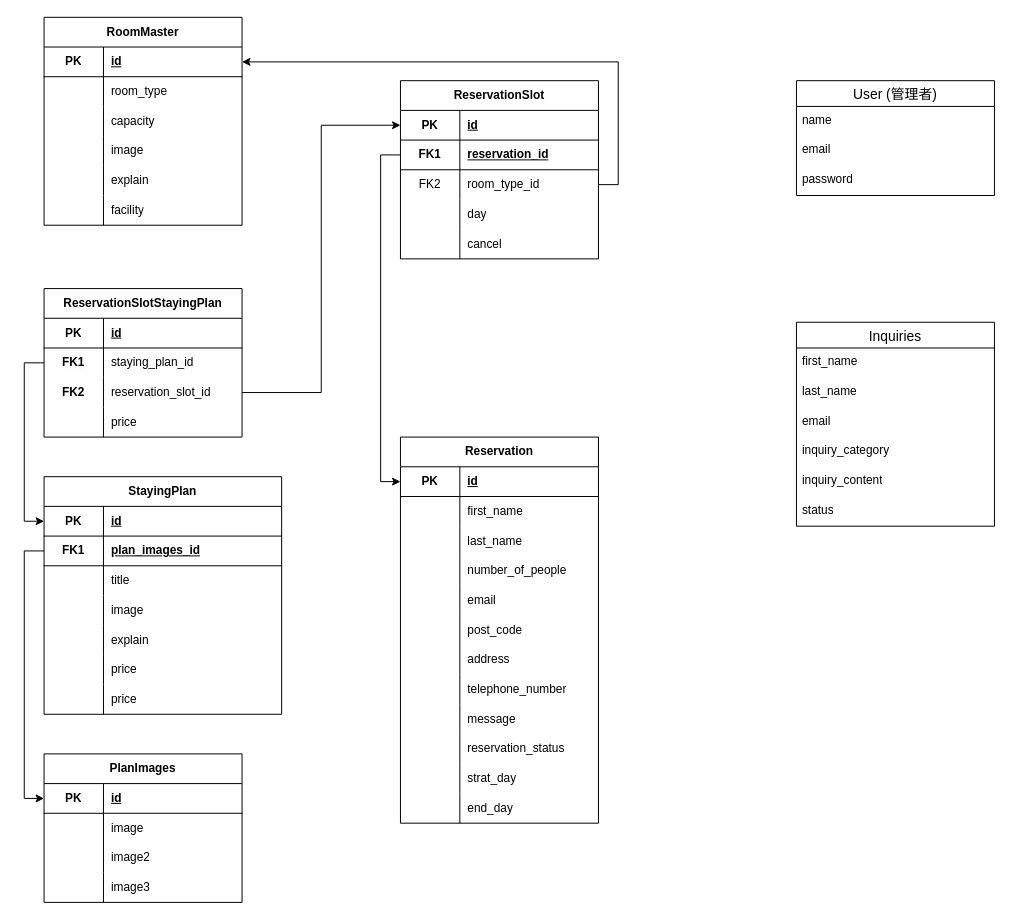
This is ER図.drawio from your-school/reserve, a draw.io file, before an edit. Source tidied: cells renumbered, new cells numbered last; positions are measured from the earlier drawing's top-left corner, leaving out a move shared by most shapes. Both pictures are drawn from the tidied source at 99%, with x=0, y=0 at pixel (44, 17).
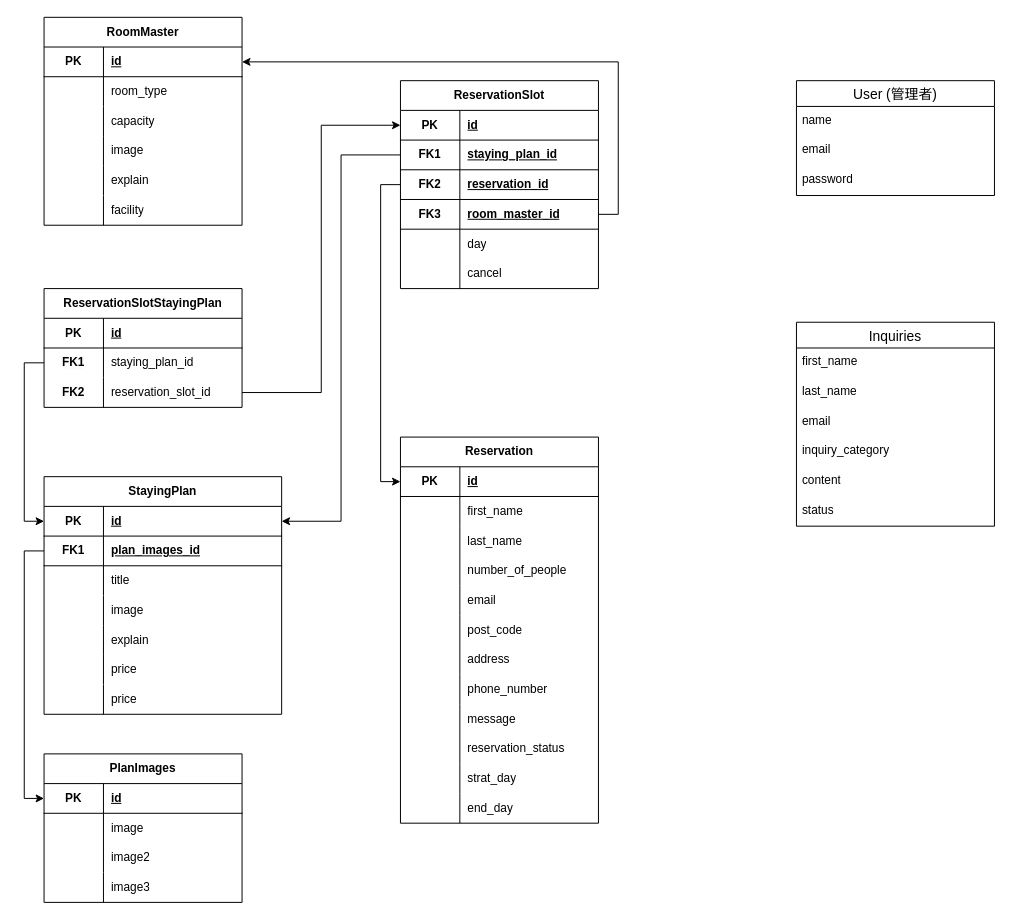
Above is the later version.

Commit message:
ER図.drawio を更新します

The change refers to these unchanged cells:
```xml
<mxCell id="24" style="shape=tableRow;horizontal=0;startSize=0;swimlaneHead=0;swimlaneBody=0;fillColor=none;top=0;left=0;right=0;bottom=0;html=1;" parent="2" vertex="1">
  <mxGeometry y="240" width="200" height="30" as="geometry" />
</mxCell>
<mxCell id="40" style="shape=tableRow;horizontal=0;startSize=0;swimlaneHead=0;swimlaneBody=0;fillColor=none;points=[[0,0.5],[1,0.5]];portConstraint=eastwest;top=0;left=0;right=0;bottom=1;html=1;" parent="39" vertex="1">
  <mxGeometry y="30" width="240" height="30" as="geometry" />
</mxCell>
<mxCell id="77" value="Inquiries" style="swimlane;fontStyle=0;horizontal=1;startSize=26;align=center;fontSize=14;" parent="1" vertex="1">
  <mxGeometry x="760" y="308" width="200" height="206" as="geometry" />
</mxCell>
<mxCell id="103" style="shape=tableRow;horizontal=0;startSize=0;swimlaneHead=0;swimlaneBody=0;fillColor=none;points=[[0,0.5],[1,0.5]];portConstraint=eastwest;top=0;left=0;right=0;bottom=1;html=1;" parent="102" vertex="1">
  <mxGeometry y="30" width="200" height="30" as="geometry" />
</mxCell>
```

Diff of the diagram source:
```diff
@@
-    <mxCell id="26" value="telephone_number" style="shape=partialRectangle;fillColor=none;top=0;left=0;bottom=0;right=0;align=left;spacingLeft=6;overflow=hidden;html=1;whiteSpace=wrap;" parent="24" vertex="1">
+    <mxCell id="26" value="phone_number" style="shape=partialRectangle;fillColor=none;top=0;left=0;bottom=0;right=0;align=left;spacingLeft=6;overflow=hidden;html=1;whiteSpace=wrap;" parent="24" vertex="1">
       <mxGeometry x="60" width="140" height="30" as="geometry" />
     </mxCell>
@@
     <mxCell id="61" value="ReservationSlot" style="shape=table;startSize=30;childLayout=tableLayout;rowLines=0;fontStyle=1;align=center;html=1;whiteSpace=wrap;" parent="1" vertex="1">
-      <mxGeometry x="360" y="64" width="200" height="180" as="geometry" />
+      <mxGeometry x="360" y="64" width="200" height="210" as="geometry" />
     </mxCell>
@@
+    <mxCell id="138" style="shape=tableRow;horizontal=0;startSize=0;swimlaneHead=0;swimlaneBody=0;fillColor=none;points=[[0,0.5],[1,0.5]];portConstraint=eastwest;top=0;left=0;right=0;bottom=1;html=1;" parent="61" vertex="1">
+      <mxGeometry y="60" width="200" height="30" as="geometry" />
+    </mxCell>
+    <mxCell id="139" value="FK1" style="shape=partialRectangle;fillColor=none;top=0;left=0;bottom=0;right=0;fontStyle=1;overflow=hidden;html=1;whiteSpace=wrap;" parent="138" vertex="1">
+      <mxGeometry width="60" height="30" as="geometry" />
+    </mxCell>
+    <mxCell id="140" value="staying_plan_id" style="shape=partialRectangle;fillColor=none;top=0;left=0;bottom=0;right=0;align=left;spacingLeft=6;fontStyle=5;overflow=hidden;html=1;whiteSpace=wrap;" parent="138" vertex="1">
+      <mxGeometry x="60" width="140" height="30" as="geometry" />
+    </mxCell>
     <mxCell id="65" style="shape=tableRow;horizontal=0;startSize=0;swimlaneHead=0;swimlaneBody=0;fillColor=none;points=[[0,0.5],[1,0.5]];portConstraint=eastwest;top=0;left=0;right=0;bottom=1;html=1;" parent="61" vertex="1">
-      <mxGeometry y="60" width="200" height="30" as="geometry" />
+      <mxGeometry y="90" width="200" height="30" as="geometry" />
     </mxCell>
-    <mxCell id="66" value="FK1" style="shape=partialRectangle;fillColor=none;top=0;left=0;bottom=0;right=0;fontStyle=1;overflow=hidden;html=1;whiteSpace=wrap;" parent="65" vertex="1">
+    <mxCell id="66" value="FK2" style="shape=partialRectangle;fillColor=none;top=0;left=0;bottom=0;right=0;fontStyle=1;overflow=hidden;html=1;whiteSpace=wrap;" parent="65" vertex="1">
       <mxGeometry width="60" height="30" as="geometry" />
     </mxCell>
@@
-    <mxCell id="68" style="shape=tableRow;horizontal=0;startSize=0;swimlaneHead=0;swimlaneBody=0;fillColor=none;points=[[0,0.5],[1,0.5]];portConstraint=eastwest;top=0;left=0;right=0;bottom=0;html=1;" parent="61" vertex="1">
-      <mxGeometry y="90" width="200" height="30" as="geometry" />
-    </mxCell>
-    <mxCell id="69" value="FK2" style="shape=partialRectangle;fillColor=none;top=0;left=0;bottom=0;right=0;overflow=hidden;html=1;whiteSpace=wrap;" parent="68" vertex="1">
-      <mxGeometry width="60" height="30" as="geometry" />
-    </mxCell>
-    <mxCell id="70" value="room_type_id" style="shape=partialRectangle;fillColor=none;top=0;left=0;bottom=0;right=0;align=left;spacingLeft=6;overflow=hidden;html=1;whiteSpace=wrap;" parent="68" vertex="1">
-      <mxGeometry x="60" width="140" height="30" as="geometry" />
-    </mxCell>
+    <mxCell id="141" style="shape=tableRow;horizontal=0;startSize=0;swimlaneHead=0;swimlaneBody=0;fillColor=none;points=[[0,0.5],[1,0.5]];portConstraint=eastwest;top=0;left=0;right=0;bottom=1;html=1;" parent="61" vertex="1">
+      <mxGeometry y="120" width="200" height="30" as="geometry" />
+    </mxCell>
+    <mxCell id="142" value="FK3" style="shape=partialRectangle;fillColor=none;top=0;left=0;bottom=0;right=0;fontStyle=1;overflow=hidden;html=1;whiteSpace=wrap;" parent="141" vertex="1">
+      <mxGeometry width="60" height="30" as="geometry" />
+    </mxCell>
+    <mxCell id="143" value="room_master_id" style="shape=partialRectangle;fillColor=none;top=0;left=0;bottom=0;right=0;align=left;spacingLeft=6;fontStyle=5;overflow=hidden;html=1;whiteSpace=wrap;" parent="141" vertex="1">
+      <mxGeometry x="60" width="140" height="30" as="geometry" />
+    </mxCell>
     <mxCell id="71" style="shape=tableRow;horizontal=0;startSize=0;swimlaneHead=0;swimlaneBody=0;fillColor=none;top=0;left=0;right=0;bottom=0;html=1;" parent="61" vertex="1">
-      <mxGeometry y="120" width="200" height="30" as="geometry" />
+      <mxGeometry y="150" width="200" height="30" as="geometry" />
     </mxCell>
@@
     <mxCell id="74" style="shape=tableRow;horizontal=0;startSize=0;swimlaneHead=0;swimlaneBody=0;fillColor=none;top=0;left=0;right=0;bottom=0;html=1;" parent="61" vertex="1">
-      <mxGeometry y="150" width="200" height="30" as="geometry" />
+      <mxGeometry y="180" width="200" height="30" as="geometry" />
     </mxCell>
@@
-    <mxCell id="82" value="inquiry_content" style="text;strokeColor=none;fillColor=none;spacingLeft=4;spacingRight=4;overflow=hidden;fontSize=12;whiteSpace=wrap;html=1;" parent="77" vertex="1">
+    <mxCell id="82" value="content" style="text;strokeColor=none;fillColor=none;spacingLeft=4;spacingRight=4;overflow=hidden;fontSize=12;whiteSpace=wrap;html=1;" parent="77" vertex="1">
       <mxGeometry y="146" width="200" height="30" as="geometry" />
     </mxCell>
@@
     <mxCell id="89" value="ReservationSlotStayingPlan" style="shape=table;startSize=30;childLayout=tableLayout;rowLines=0;fontStyle=1;align=center;html=1;whiteSpace=wrap;" parent="1" vertex="1">
-      <mxGeometry y="274" width="200" height="150" as="geometry" />
+      <mxGeometry y="274" width="200" height="120" as="geometry" />
     </mxCell>
@@
-    <mxCell id="99" style="shape=tableRow;horizontal=0;startSize=0;swimlaneHead=0;swimlaneBody=0;fillColor=none;top=0;left=0;right=0;bottom=0;html=1;" parent="89" vertex="1">
-      <mxGeometry y="120" width="200" height="30" as="geometry" />
-    </mxCell>
-    <mxCell id="100" style="shape=partialRectangle;fillColor=none;top=0;left=0;bottom=0;right=0;overflow=hidden;html=1;whiteSpace=wrap;" parent="99" vertex="1">
-      <mxGeometry width="60" height="30" as="geometry" />
-    </mxCell>
-    <mxCell id="101" value="price" style="shape=partialRectangle;fillColor=none;top=0;left=0;bottom=0;right=0;align=left;spacingLeft=6;overflow=hidden;html=1;whiteSpace=wrap;" parent="99" vertex="1">
-      <mxGeometry x="60" width="140" height="30" as="geometry" />
-    </mxCell>
@@
-    <mxCell id="137" style="edgeStyle=orthogonalEdgeStyle;rounded=0;jettySize=auto;html=1;exitX=1;exitY=0.5;exitDx=0;exitDy=0;entryX=1;entryY=0.5;entryDx=0;entryDy=0;" parent="1" edge="1" source="68" target="103">
+    <mxCell id="137" style="edgeStyle=orthogonalEdgeStyle;rounded=0;jettySize=auto;html=1;exitX=1;exitY=0.5;exitDx=0;exitDy=0;entryX=1;entryY=0.5;entryDx=0;entryDy=0;" parent="1" edge="1" source="141" target="103">
       <mxGeometry relative="1" as="geometry" />
     </mxCell>
+    <mxCell id="144" style="edgeStyle=orthogonalEdgeStyle;rounded=0;jettySize=auto;html=1;exitX=0;exitY=0.5;exitDx=0;exitDy=0;" parent="1" edge="1" source="138" target="40">
+      <mxGeometry relative="1" as="geometry" />
+    </mxCell>
```
